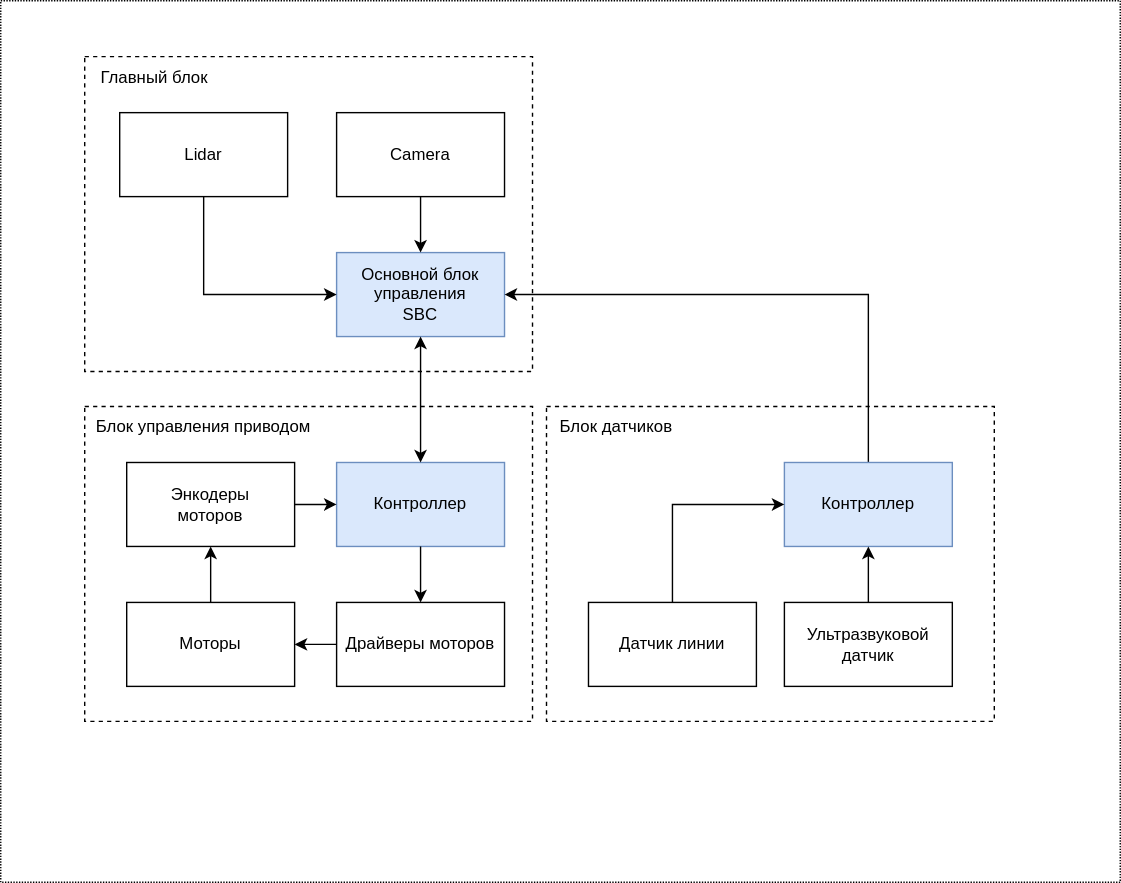
This is docs/1. Компонентная архитектура/Децентрализованное управление 1.svg from makarov-na/turtle-bot, a draw.io export, as it was before one commit. Source tidied: cells renumbered, new cells last; positions are measured from the earlier drawing's top-left corner, leaving out a move shared by most shapes. Source of this version:
```xml
<mxGraphModel>
  <root>
    <mxCell id="0" />
    <mxCell id="1" parent="0" />
    <mxCell id="2" style="rounded=0;whiteSpace=wrap;html=1;dashed=1;dashPattern=1 1;" parent="1" vertex="1">
      <mxGeometry width="800" height="630" as="geometry" />
    </mxCell>
    <mxCell id="3" value="&lt;div style=&quot;&quot;&gt;&lt;br&gt;&lt;/div&gt;" style="rounded=0;whiteSpace=wrap;html=1;dashed=1;align=left;" parent="1" vertex="1">
      <mxGeometry x="390" y="290" width="320" height="225" as="geometry" />
    </mxCell>
    <mxCell id="4" value="&lt;div style=&quot;&quot;&gt;&lt;br&gt;&lt;/div&gt;" style="rounded=0;whiteSpace=wrap;html=1;dashed=1;align=left;" parent="1" vertex="1">
      <mxGeometry x="60" y="40" width="320" height="225" as="geometry" />
    </mxCell>
    <mxCell id="5" value="&lt;div style=&quot;&quot;&gt;&lt;br&gt;&lt;/div&gt;" style="rounded=0;whiteSpace=wrap;html=1;dashed=1;align=left;" parent="1" vertex="1">
      <mxGeometry x="60" y="290" width="320" height="225" as="geometry" />
    </mxCell>
    <mxCell id="6" value="Основной блок управления&lt;br&gt;SBC" style="rounded=0;whiteSpace=wrap;html=1;fillColor=#dae8fc;strokeColor=#6c8ebf;" parent="1" vertex="1">
      <mxGeometry x="240" y="180" width="120" height="60" as="geometry" />
    </mxCell>
    <mxCell id="7" value="Контроллер" style="rounded=0;whiteSpace=wrap;html=1;fillColor=#dae8fc;strokeColor=#6c8ebf;" parent="1" vertex="1">
      <mxGeometry x="240" y="330" width="120" height="60" as="geometry" />
    </mxCell>
    <mxCell id="8" style="endArrow=classic;startArrow=classic;html=1;rounded=0;entryX=0.5;entryY=1;entryDx=0;entryDy=0;exitX=0.5;exitY=0;exitDx=0;exitDy=0;" parent="1" edge="1" source="7" target="6">
      <mxGeometry relative="1" as="geometry" />
    </mxCell>
    <mxCell id="9" style="edgeStyle=orthogonalEdgeStyle;rounded=0;jettySize=auto;html=1;exitX=0.5;exitY=1;exitDx=0;exitDy=0;entryX=0;entryY=0.5;entryDx=0;entryDy=0;" parent="1" edge="1" source="10" target="6">
      <mxGeometry relative="1" as="geometry" />
    </mxCell>
    <mxCell id="10" value="Lidar" style="rounded=0;whiteSpace=wrap;html=1;" parent="1" vertex="1">
      <mxGeometry x="85" y="80" width="120" height="60" as="geometry" />
    </mxCell>
    <mxCell id="11" style="edgeStyle=orthogonalEdgeStyle;rounded=0;jettySize=auto;html=1;exitX=0.5;exitY=1;exitDx=0;exitDy=0;entryX=0.5;entryY=0;entryDx=0;entryDy=0;" parent="1" edge="1" source="12" target="6">
      <mxGeometry relative="1" as="geometry" />
    </mxCell>
    <mxCell id="12" value="Camera" style="rounded=0;whiteSpace=wrap;html=1;" parent="1" vertex="1">
      <mxGeometry x="240" y="80" width="120" height="60" as="geometry" />
    </mxCell>
    <mxCell id="13" style="edgeStyle=orthogonalEdgeStyle;rounded=0;jettySize=auto;html=1;" parent="1" edge="1" source="14" target="22">
      <mxGeometry relative="1" as="geometry" />
    </mxCell>
    <mxCell id="14" value="Моторы" style="rounded=0;whiteSpace=wrap;html=1;" parent="1" vertex="1">
      <mxGeometry x="90" y="430" width="120" height="60" as="geometry" />
    </mxCell>
    <mxCell id="15" style="edgeStyle=orthogonalEdgeStyle;rounded=0;jettySize=auto;html=1;exitX=0.5;exitY=0;exitDx=0;exitDy=0;entryX=1;entryY=0.5;entryDx=0;entryDy=0;" parent="1" edge="1" source="16" target="6">
      <mxGeometry relative="1" as="geometry" />
    </mxCell>
    <mxCell id="16" value="Контроллер" style="rounded=0;whiteSpace=wrap;html=1;fillColor=#dae8fc;strokeColor=#6c8ebf;" parent="1" vertex="1">
      <mxGeometry x="560" y="330" width="120" height="60" as="geometry" />
    </mxCell>
    <mxCell id="17" style="edgeStyle=orthogonalEdgeStyle;rounded=0;jettySize=auto;html=1;entryX=0;entryY=0.5;entryDx=0;entryDy=0;exitX=0.5;exitY=0;exitDx=0;exitDy=0;" parent="1" edge="1" source="18" target="16">
      <mxGeometry relative="1" as="geometry" />
    </mxCell>
    <mxCell id="18" value="Датчик линии" style="rounded=0;whiteSpace=wrap;html=1;" parent="1" vertex="1">
      <mxGeometry x="420" y="430" width="120" height="60" as="geometry" />
    </mxCell>
    <mxCell id="19" style="edgeStyle=orthogonalEdgeStyle;rounded=0;jettySize=auto;html=1;" parent="1" edge="1" source="20" target="16">
      <mxGeometry relative="1" as="geometry" />
    </mxCell>
    <mxCell id="20" value="Ультразвуковой датчик" style="rounded=0;whiteSpace=wrap;html=1;" parent="1" vertex="1">
      <mxGeometry x="560" y="430" width="120" height="60" as="geometry" />
    </mxCell>
    <mxCell id="21" style="edgeStyle=orthogonalEdgeStyle;rounded=0;jettySize=auto;html=1;exitX=1;exitY=0.5;exitDx=0;exitDy=0;entryX=0;entryY=0.5;entryDx=0;entryDy=0;" parent="1" edge="1" source="22" target="7">
      <mxGeometry relative="1" as="geometry" />
    </mxCell>
    <mxCell id="22" value="Энкодеры &lt;br&gt;моторов" style="rounded=0;whiteSpace=wrap;html=1;" parent="1" vertex="1">
      <mxGeometry x="90" y="330" width="120" height="60" as="geometry" />
    </mxCell>
    <mxCell id="23" value="Драйверы моторов" style="rounded=0;whiteSpace=wrap;html=1;" parent="1" vertex="1">
      <mxGeometry x="240" y="430" width="120" height="60" as="geometry" />
    </mxCell>
    <mxCell id="24" style="endArrow=none;html=1;rounded=0;entryX=0.5;entryY=1;entryDx=0;entryDy=0;exitX=0.5;exitY=0;exitDx=0;exitDy=0;startArrow=classic;startFill=1;endFill=0;" parent="1" edge="1" source="23" target="7">
      <mxGeometry relative="1" as="geometry">
        <Array as="points">
          <mxPoint x="300" y="410" />
        </Array>
      </mxGeometry>
    </mxCell>
    <mxCell id="25" style="endArrow=classic;html=1;rounded=0;exitX=0;exitY=0.5;exitDx=0;exitDy=0;entryX=1;entryY=0.5;entryDx=0;entryDy=0;" parent="1" edge="1" source="23" target="14">
      <mxGeometry relative="1" as="geometry" />
    </mxCell>
    <mxCell id="26" value="Блок датчиков" style="text;html=1;align=center;verticalAlign=middle;whiteSpace=wrap;rounded=0;" parent="1" vertex="1">
      <mxGeometry x="390" y="290" width="100" height="30" as="geometry" />
    </mxCell>
    <mxCell id="27" value="Блок управления приводом" style="text;html=1;align=center;verticalAlign=middle;whiteSpace=wrap;rounded=0;" parent="1" vertex="1">
      <mxGeometry x="60" y="290" width="170" height="30" as="geometry" />
    </mxCell>
    <mxCell id="28" value="Главный блок" style="text;html=1;align=center;verticalAlign=middle;whiteSpace=wrap;rounded=0;" parent="1" vertex="1">
      <mxGeometry x="60" y="40" width="100" height="30" as="geometry" />
    </mxCell>
  </root>
</mxGraphModel>
```
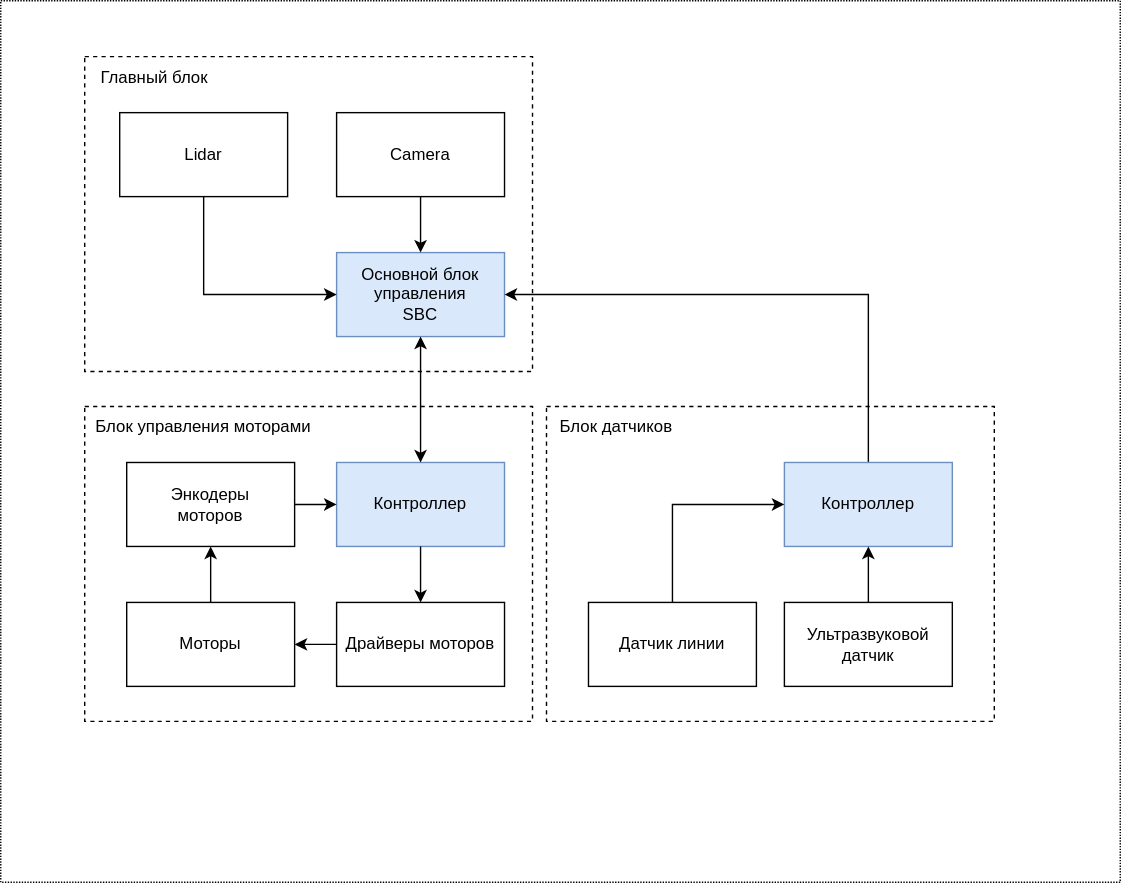
The same diagram one commit later.

Commit message:
Компонентная архитектура

Change to the diagram source:
```diff
@@ -81,7 +81,7 @@
     <mxCell id="26" value="Блок датчиков" style="text;html=1;align=center;verticalAlign=middle;whiteSpace=wrap;rounded=0;" parent="1" vertex="1">
       <mxGeometry x="390" y="290" width="100" height="30" as="geometry" />
     </mxCell>
-    <mxCell id="27" value="Блок управления приводом" style="text;html=1;align=center;verticalAlign=middle;whiteSpace=wrap;rounded=0;" parent="1" vertex="1">
+    <mxCell id="27" value="Блок управления моторами" style="text;html=1;align=center;verticalAlign=middle;whiteSpace=wrap;rounded=0;" parent="1" vertex="1">
       <mxGeometry x="60" y="290" width="170" height="30" as="geometry" />
     </mxCell>
     <mxCell id="28" value="Главный блок" style="text;html=1;align=center;verticalAlign=middle;whiteSpace=wrap;rounded=0;" parent="1" vertex="1">
```
